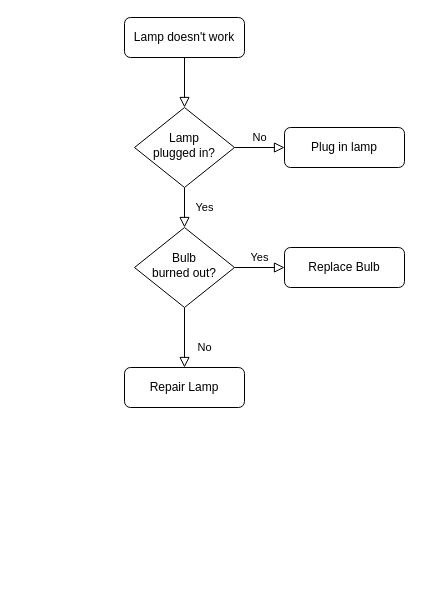
Earlier version of the draw.io diagram Untitled Diagram.drawio (sidharthChaturvedy/cv). Source tidied: cells renumbered, new cells numbered last; positions are measured from the earlier drawing's top-left corner, leaving out a move shared by most shapes. Both pictures are drawn from the tidied source at 100%, with x=0, y=0 at pixel (124, 17).
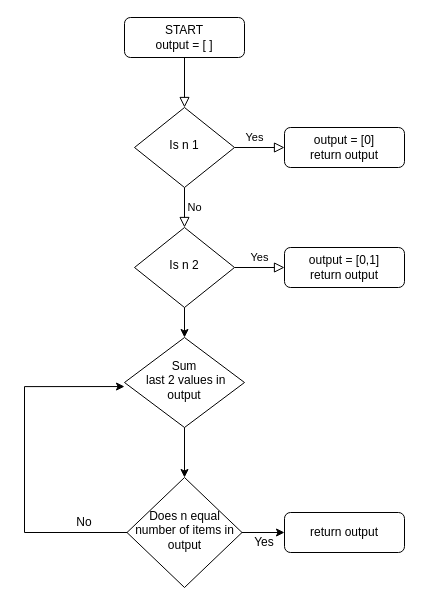
The same page after the edit.

Change to the diagram source:
```diff
@@
-    <mxCell id="3" value="Lamp doesn't work" style="rounded=1;whiteSpace=wrap;html=1;fontSize=12;glass=0;strokeWidth=1;shadow=0;" parent="1" vertex="1">
+    <mxCell id="3" value="START&lt;br&gt;output = [ ]" style="rounded=1;whiteSpace=wrap;html=1;fontSize=12;glass=0;strokeWidth=1;shadow=0;" parent="1" vertex="1">
       <mxGeometry width="120" height="40" as="geometry" />
     </mxCell>
     <mxCell id="4" value="Yes" style="rounded=0;html=1;jettySize=auto;fontSize=11;endArrow=block;endFill=0;endSize=8;strokeWidth=1;shadow=0;labelBackgroundColor=none;edgeStyle=orthogonalEdgeStyle;" parent="1" edge="1" source="6" target="10">
-      <mxGeometry y="20" relative="1" as="geometry" />
+      <mxGeometry x="-1" y="86" relative="1" as="geometry">
+        <mxPoint x="-16" y="-50" as="offset" />
+      </mxGeometry>
     </mxCell>
     <mxCell id="5" value="No" style="edgeStyle=orthogonalEdgeStyle;rounded=0;html=1;jettySize=auto;fontSize=11;endArrow=block;endFill=0;endSize=8;strokeWidth=1;shadow=0;labelBackgroundColor=none;" parent="1" edge="1" source="6" target="7">
-      <mxGeometry y="10" relative="1" as="geometry" />
+      <mxGeometry x="-1" y="-72" relative="1" as="geometry">
+        <mxPoint x="-40" y="-12" as="offset" />
+      </mxGeometry>
     </mxCell>
-    <mxCell id="6" value="Lamp&lt;br&gt;plugged in?" style="rhombus;whiteSpace=wrap;html=1;shadow=0;fontFamily=Helvetica;fontSize=12;align=center;strokeWidth=1;spacing=6;spacingTop=-4;" parent="1" vertex="1">
+    <mxCell id="6" value="Is n 1" style="rhombus;whiteSpace=wrap;html=1;shadow=0;fontFamily=Helvetica;fontSize=12;align=center;strokeWidth=1;spacing=6;spacingTop=-4;" parent="1" vertex="1">
       <mxGeometry x="10" y="90" width="100" height="80" as="geometry" />
     </mxCell>
-    <mxCell id="7" value="Plug in lamp" style="rounded=1;whiteSpace=wrap;html=1;fontSize=12;glass=0;strokeWidth=1;shadow=0;" parent="1" vertex="1">
+    <mxCell id="7" value="output = [0]&lt;br&gt;return output" style="rounded=1;whiteSpace=wrap;html=1;fontSize=12;glass=0;strokeWidth=1;shadow=0;" parent="1" vertex="1">
       <mxGeometry x="160" y="110" width="120" height="40" as="geometry" />
     </mxCell>
-    <mxCell id="8" value="No" style="rounded=0;html=1;jettySize=auto;fontSize=11;endArrow=block;endFill=0;endSize=8;strokeWidth=1;shadow=0;labelBackgroundColor=none;edgeStyle=orthogonalEdgeStyle;" parent="1" edge="1" source="10" target="11">
-      <mxGeometry x="0.33" y="20" relative="1" as="geometry" />
-    </mxCell>
@@
-    <mxCell id="10" value="Bulb&lt;br&gt;burned out?" style="rhombus;whiteSpace=wrap;html=1;shadow=0;fontFamily=Helvetica;fontSize=12;align=center;strokeWidth=1;spacing=6;spacingTop=-4;" parent="1" vertex="1">
+    <mxCell id="10" value="Is n 2" style="rhombus;whiteSpace=wrap;html=1;shadow=0;fontFamily=Helvetica;fontSize=12;align=center;strokeWidth=1;spacing=6;spacingTop=-4;" parent="1" vertex="1">
       <mxGeometry x="10" y="210" width="100" height="80" as="geometry" />
     </mxCell>
-    <mxCell id="11" value="Repair Lamp" style="rounded=1;whiteSpace=wrap;html=1;fontSize=12;glass=0;strokeWidth=1;shadow=0;" parent="1" vertex="1">
-      <mxGeometry y="350" width="120" height="40" as="geometry" />
+    <mxCell id="11" value="return output" style="rounded=1;whiteSpace=wrap;html=1;fontSize=12;glass=0;strokeWidth=1;shadow=0;" parent="1" vertex="1">
+      <mxGeometry x="160" y="495" width="120" height="40" as="geometry" />
     </mxCell>
-    <mxCell id="12" value="Replace Bulb" style="rounded=1;whiteSpace=wrap;html=1;fontSize=12;glass=0;strokeWidth=1;shadow=0;" parent="1" vertex="1">
+    <mxCell id="12" value="output = [0,1]&lt;br&gt;return output" style="rounded=1;whiteSpace=wrap;html=1;fontSize=12;glass=0;strokeWidth=1;shadow=0;" parent="1" vertex="1">
       <mxGeometry x="160" y="230" width="120" height="40" as="geometry" />
     </mxCell>
+    <mxCell id="13" value="Sum&lt;br&gt;&amp;nbsp;last 2 values in output" style="rhombus;whiteSpace=wrap;html=1;shadow=0;fontFamily=Helvetica;fontSize=12;align=center;strokeWidth=1;spacing=6;spacingTop=-4;" parent="1" vertex="1">
+      <mxGeometry y="320" width="120" height="90" as="geometry" />
+    </mxCell>
+    <mxCell id="14" style="edgeStyle=orthogonalEdgeStyle;rounded=0;jettySize=auto;html=1;exitX=0;exitY=0.5;exitDx=0;exitDy=0;entryX=0;entryY=0.545;entryDx=0;entryDy=0;entryPerimeter=0;" parent="1" edge="1" source="15" target="13">
+      <mxGeometry relative="1" as="geometry">
+        <Array as="points">
+          <mxPoint x="-100" y="515" />
+          <mxPoint x="-100" y="369" />
+        </Array>
+      </mxGeometry>
+    </mxCell>
+    <mxCell id="15" value="Does n equal number of items in output" style="rhombus;whiteSpace=wrap;html=1;shadow=0;fontFamily=Helvetica;fontSize=12;align=center;strokeWidth=1;spacing=6;spacingTop=-4;" parent="1" vertex="1">
+      <mxGeometry x="2.5" y="460" width="115" height="110" as="geometry" />
+    </mxCell>
+    <mxCell id="16" style="endArrow=classic;html=1;rounded=0;exitX=0.5;exitY=1;exitDx=0;exitDy=0;entryX=0.5;entryY=0;entryDx=0;entryDy=0;" parent="1" edge="1" source="10" target="13">
+      <mxGeometry relative="1" as="geometry" />
+    </mxCell>
+    <mxCell id="17" style="endArrow=classic;html=1;rounded=0;exitX=0.5;exitY=1;exitDx=0;exitDy=0;entryX=0.5;entryY=0;entryDx=0;entryDy=0;" parent="1" edge="1" source="13" target="15">
+      <mxGeometry relative="1" as="geometry" />
+    </mxCell>
+    <mxCell id="18" style="endArrow=classic;html=1;rounded=0;exitX=1;exitY=0.5;exitDx=0;exitDy=0;entryX=0;entryY=0.5;entryDx=0;entryDy=0;" parent="1" edge="1" source="15" target="11">
+      <mxGeometry relative="1" as="geometry" />
+    </mxCell>
+    <mxCell id="19" value="Yes" style="text;html=1;strokeColor=none;fillColor=none;align=center;verticalAlign=middle;whiteSpace=wrap;rounded=0;" parent="1" vertex="1">
+      <mxGeometry x="110" y="510" width="60" height="30" as="geometry" />
+    </mxCell>
+    <mxCell id="8" value="No" style="text;html=1;strokeColor=none;fillColor=none;align=center;verticalAlign=middle;whiteSpace=wrap;rounded=0;" parent="1" vertex="1">
+      <mxGeometry x="-70" y="490" width="60" height="30" as="geometry" />
+    </mxCell>
```
